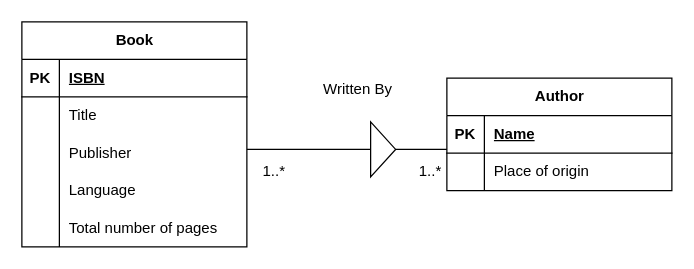
Harshitha73/DBMS keeps this draw.io diagram as page "2" (2 of 10) of Untitled Diagram.drawio. Above is the earlier version. Source tidied: cells renumbered, new cells numbered last; positions are measured from the earlier drawing's top-left corner, leaving out a move shared by most shapes. Both pictures are drawn from the tidied source at 125%, with x=0, y=0 at pixel (21, 21).
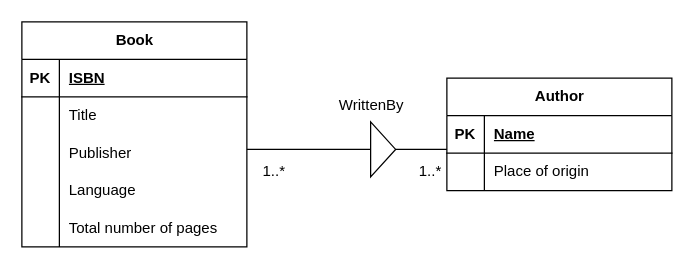
Above is the later version.

Change to the diagram source:
```diff
@@
-    <mxCell id="28" value="Written By" style="text;html=1;strokeColor=none;fillColor=none;align=center;verticalAlign=middle;whiteSpace=wrap;rounded=0;" parent="1" vertex="1">
-      <mxGeometry x="239" y="39" width="60" height="30" as="geometry" />
+    <mxCell id="28" value="WrittenBy" style="text;html=1;strokeColor=none;fillColor=none;align=center;verticalAlign=middle;whiteSpace=wrap;rounded=0;" parent="1" vertex="1">
+      <mxGeometry x="250" y="52" width="60" height="30" as="geometry" />
     </mxCell>
```
